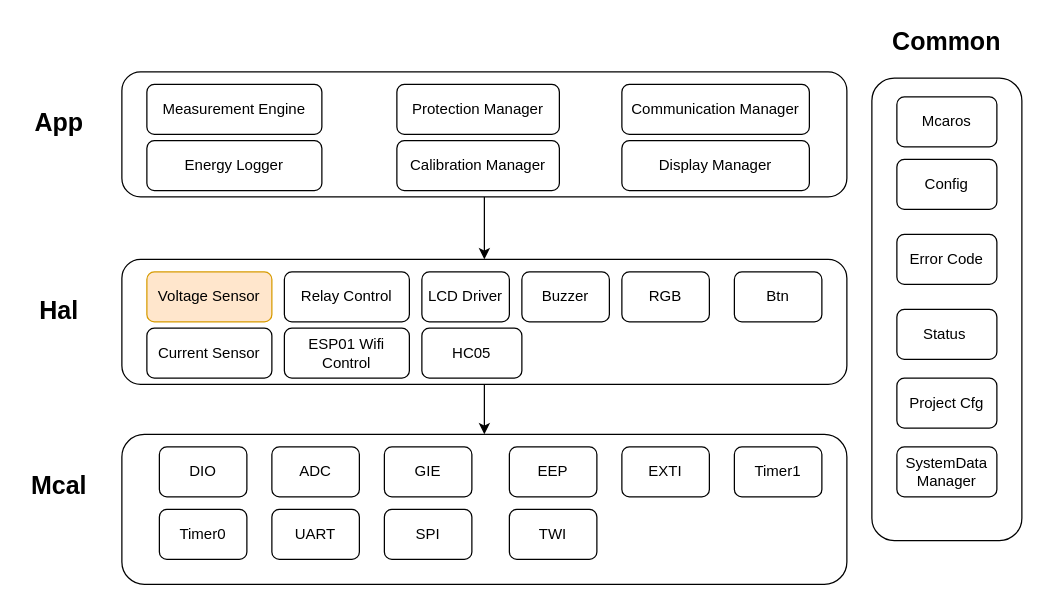
Above: Design/ProjectUMLDigrams/ComponentDigrams/ComponentDigram.drawio in Gestell-Solution/Smart_Energy_Management_System (draw.io), before the change. Source tidied: cells renumbered, new cells numbered last; positions are measured from the earlier drawing's top-left corner, leaving out a move shared by most shapes. Both pictures are drawn from the tidied source at 125%, with x=0, y=0 at pixel (21, 21).
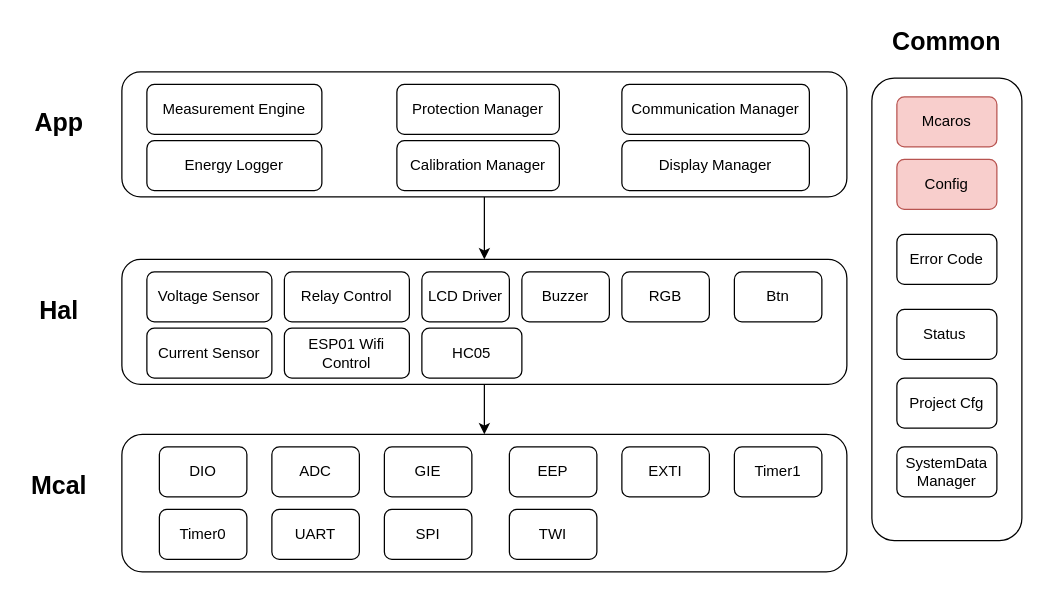
After the change.

Change to the diagram source:
```diff
@@
     <mxCell id="2" style="rounded=1;whiteSpace=wrap;html=1;" parent="1" vertex="1">
-      <mxGeometry x="80" y="330" width="580" height="120" as="geometry" />
+      <mxGeometry x="80" y="330" width="580" height="110" as="geometry" />
     </mxCell>
@@
-    <mxCell id="12" value="Voltage Sensor" style="rounded=1;whiteSpace=wrap;html=1;fillColor=#ffe6cc;strokeColor=#d79b00;" parent="1" vertex="1">
+    <mxCell id="12" value="Voltage Sensor" style="rounded=1;whiteSpace=wrap;html=1;" parent="1" vertex="1">
       <mxGeometry x="100" y="200" width="100" height="40" as="geometry" />
     </mxCell>
@@
-    <mxCell id="33" value="Mcaros" style="rounded=1;whiteSpace=wrap;html=1;" parent="1" vertex="1">
+    <mxCell id="33" value="Mcaros" style="rounded=1;whiteSpace=wrap;html=1;fillColor=#f8cecc;strokeColor=#b85450;" parent="1" vertex="1">
       <mxGeometry x="700" y="60" width="80" height="40" as="geometry" />
     </mxCell>
-    <mxCell id="34" value="Config" style="rounded=1;whiteSpace=wrap;html=1;" parent="1" vertex="1">
+    <mxCell id="34" value="Config" style="rounded=1;whiteSpace=wrap;html=1;fillColor=#f8cecc;strokeColor=#b85450;" parent="1" vertex="1">
       <mxGeometry x="700" y="110" width="80" height="40" as="geometry" />
     </mxCell>
```
